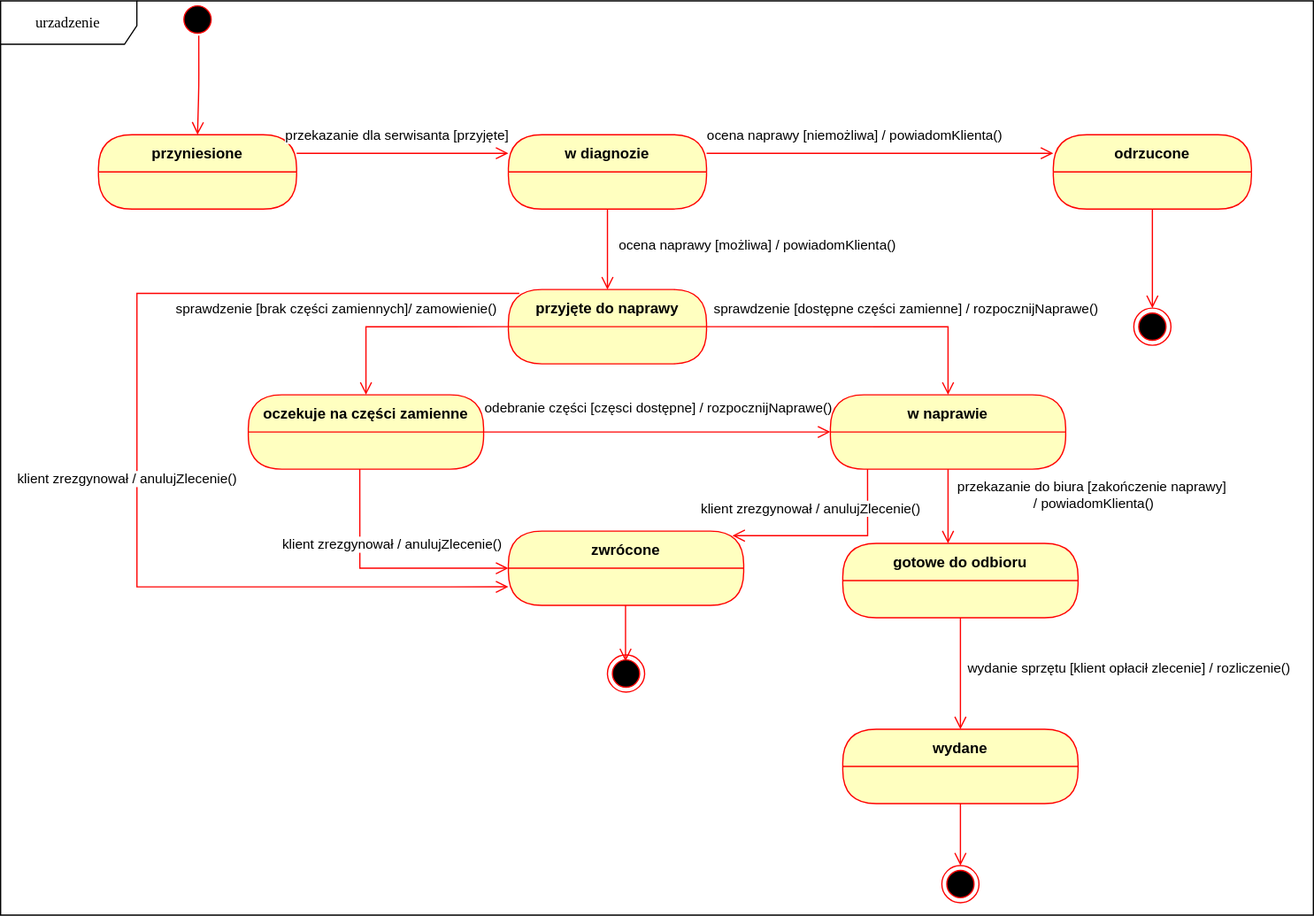
This is DiagramStanow2.drawio.svg from pborysq/ProjektIO, a draw.io export, as it was before one commit. Source tidied: cells renumbered, new cells last; positions are measured from the earlier drawing's top-left corner, leaving out a move shared by most shapes. Source of this version:
```xml
<mxGraphModel>
  <root>
    <mxCell id="0" />
    <mxCell id="1" parent="0" />
    <mxCell id="2" value="urzadzenie" style="shape=umlFrame;whiteSpace=wrap;html=1;rounded=1;shadow=0;comic=0;labelBackgroundColor=none;strokeWidth=1;fontFamily=Verdana;fontSize=12;align=center;width=110;height=35;" parent="1" vertex="1">
      <mxGeometry width="1060" height="738" as="geometry" />
    </mxCell>
    <mxCell id="3" style="ellipse;html=1;shape=startState;fillColor=#000000;strokeColor=#ff0000;rounded=1;shadow=0;comic=0;labelBackgroundColor=none;fontFamily=Verdana;fontSize=12;fontColor=#000000;align=center;direction=south;" parent="1" vertex="1">
      <mxGeometry x="144" width="30" height="30" as="geometry" />
    </mxCell>
    <mxCell id="4" style="edgeStyle=orthogonalEdgeStyle;html=1;labelBackgroundColor=none;endArrow=open;endSize=8;strokeColor=#ff0000;fontFamily=Verdana;fontSize=12;align=left;entryX=0.5;entryY=0;entryDx=0;entryDy=0;" parent="1" edge="1" target="5">
      <mxGeometry relative="1" as="geometry">
        <mxPoint x="160" y="28" as="sourcePoint" />
      </mxGeometry>
    </mxCell>
    <mxCell id="5" value="przyniesione" style="swimlane;fontStyle=1;align=center;verticalAlign=middle;horizontal=1;startSize=30;fontColor=#000000;rounded=1;arcSize=30;strokeColor=#ff0000;fillColor=#ffffc0;swimlaneFillColor=#ffffc0;" parent="1" vertex="1">
      <mxGeometry x="79" y="108" width="160" height="60" as="geometry" />
    </mxCell>
    <mxCell id="6" value="w diagnozie" style="swimlane;fontStyle=1;align=center;verticalAlign=middle;horizontal=1;startSize=30;fontColor=#000000;rounded=1;arcSize=30;strokeColor=#ff0000;fillColor=#ffffc0;swimlaneFillColor=#ffffc0;" parent="1" vertex="1">
      <mxGeometry x="410" y="108" width="160" height="60" as="geometry" />
    </mxCell>
    <mxCell id="7" style="edgeStyle=orthogonalEdgeStyle;html=1;verticalAlign=bottom;endArrow=open;endSize=8;strokeColor=#ff0000;rounded=0;entryX=0.5;entryY=0;entryDx=0;entryDy=0;" parent="1" edge="1" source="6" target="16">
      <mxGeometry relative="1" as="geometry" />
    </mxCell>
    <mxCell id="8" value="&lt;font style=&quot;font-size: 11px;&quot;&gt;ocena naprawy [możliwa] / powiadomKlienta()&lt;/font&gt;" style="edgeLabel;html=1;align=center;verticalAlign=middle;" parent="7" vertex="1">
      <mxGeometry x="-0.14" relative="1" as="geometry">
        <mxPoint x="120" as="offset" />
      </mxGeometry>
    </mxCell>
    <mxCell id="9" style="edgeStyle=orthogonalEdgeStyle;html=1;labelBackgroundColor=none;endArrow=open;endSize=8;strokeColor=#ff0000;fontFamily=Verdana;fontSize=12;align=left;entryX=0;entryY=0.25;entryDx=0;entryDy=0;exitX=1;exitY=0.25;exitDx=0;exitDy=0;" parent="1" edge="1" source="5" target="6">
      <mxGeometry relative="1" as="geometry" />
    </mxCell>
    <mxCell id="10" value="przekazanie dla serwisanta [przyjęte]" style="edgeLabel;html=1;align=center;verticalAlign=middle;" parent="9" vertex="1">
      <mxGeometry x="0.11" y="-1" relative="1" as="geometry">
        <mxPoint x="-14" y="-16" as="offset" />
      </mxGeometry>
    </mxCell>
    <mxCell id="11" style="edgeStyle=orthogonalEdgeStyle;html=1;labelBackgroundColor=none;endArrow=open;endSize=8;strokeColor=#ff0000;fontFamily=Verdana;fontSize=12;align=left;exitX=1;exitY=0.25;exitDx=0;exitDy=0;entryX=0;entryY=0.25;entryDx=0;entryDy=0;" parent="1" edge="1" source="6" target="12">
      <mxGeometry relative="1" as="geometry" />
    </mxCell>
    <mxCell id="12" value="odrzucone" style="swimlane;fontStyle=1;align=center;verticalAlign=middle;horizontal=1;startSize=30;fontColor=#000000;rounded=1;arcSize=30;strokeColor=#ff0000;fillColor=#ffffc0;swimlaneFillColor=#ffffc0;" parent="1" vertex="1">
      <mxGeometry x="850" y="108" width="160" height="60" as="geometry" />
    </mxCell>
    <mxCell id="13" style="edgeStyle=orthogonalEdgeStyle;html=1;verticalAlign=bottom;endArrow=open;endSize=8;strokeColor=#ff0000;rounded=0;entryX=0.5;entryY=0;entryDx=0;entryDy=0;" parent="1" edge="1" source="12" target="15">
      <mxGeometry relative="1" as="geometry" />
    </mxCell>
    <mxCell id="14" value="&lt;font style=&quot;font-size: 11px;&quot;&gt;ocena naprawy [niemożliwa] / powiadomKlienta()&lt;/font&gt;" style="text;html=1;whiteSpace=wrap;strokeColor=none;fillColor=none;align=center;verticalAlign=middle;rounded=0;" parent="1" vertex="1">
      <mxGeometry x="545" y="108" width="290" as="geometry" />
    </mxCell>
    <mxCell id="15" style="ellipse;html=1;shape=endState;fillColor=#000000;strokeColor=#ff0000;" parent="1" vertex="1">
      <mxGeometry x="915" y="248" width="30" height="30" as="geometry" />
    </mxCell>
    <mxCell id="16" value="przyjęte do naprawy" style="swimlane;fontStyle=1;align=center;verticalAlign=middle;horizontal=1;startSize=30;fontColor=#000000;rounded=1;arcSize=30;strokeColor=#ff0000;fillColor=#ffffc0;swimlaneFillColor=#ffffc0;" parent="1" vertex="1">
      <mxGeometry x="410" y="233" width="160" height="60" as="geometry" />
    </mxCell>
    <mxCell id="17" style="edgeStyle=orthogonalEdgeStyle;html=1;verticalAlign=bottom;endArrow=open;endSize=8;strokeColor=#ff0000;rounded=0;exitX=0;exitY=0.5;exitDx=0;exitDy=0;entryX=0.5;entryY=0;entryDx=0;entryDy=0;" parent="1" edge="1" source="16" target="19">
      <mxGeometry relative="1" as="geometry" />
    </mxCell>
    <mxCell id="18" value="sprawdzenie [brak części zamiennych]/ zamowienie()" style="edgeLabel;html=1;align=center;verticalAlign=middle;" parent="17" vertex="1">
      <mxGeometry x="-0.06" y="2" relative="1" as="geometry">
        <mxPoint x="-60" y="-17" as="offset" />
      </mxGeometry>
    </mxCell>
    <mxCell id="19" value="oczekuje na części zamienne" style="swimlane;fontStyle=1;align=center;verticalAlign=middle;horizontal=1;startSize=30;fontColor=#000000;rounded=1;arcSize=30;strokeColor=#ff0000;fillColor=#ffffc0;swimlaneFillColor=#ffffc0;" parent="1" vertex="1">
      <mxGeometry x="200" y="318" width="190" height="60" as="geometry" />
    </mxCell>
    <mxCell id="20" style="edgeStyle=orthogonalEdgeStyle;html=1;verticalAlign=bottom;endArrow=open;endSize=8;strokeColor=#ff0000;rounded=0;entryX=0;entryY=0.5;entryDx=0;entryDy=0;" parent="1" edge="1" source="19" target="22">
      <mxGeometry relative="1" as="geometry" />
    </mxCell>
    <mxCell id="21" value="odebranie części [częsci dostępne] / rozpocznijNaprawe()" style="edgeLabel;html=1;align=center;verticalAlign=middle;" parent="20" vertex="1">
      <mxGeometry x="0.01" y="-1" relative="1" as="geometry">
        <mxPoint x="-2" y="-21" as="offset" />
      </mxGeometry>
    </mxCell>
    <mxCell id="22" value="w naprawie" style="swimlane;fontStyle=1;align=center;verticalAlign=middle;horizontal=1;startSize=30;fontColor=#000000;rounded=1;arcSize=30;strokeColor=#ff0000;fillColor=#ffffc0;swimlaneFillColor=#ffffc0;" parent="1" vertex="1">
      <mxGeometry x="670" y="318" width="190" height="60" as="geometry" />
    </mxCell>
    <mxCell id="23" value="sprawdzenie [dostępne części zamienne] / rozpocznijNaprawe()" style="edgeLabel;html=1;align=center;verticalAlign=middle;" parent="1" vertex="1">
      <mxGeometry x="730" y="248" as="geometry" />
    </mxCell>
    <mxCell id="24" style="edgeStyle=orthogonalEdgeStyle;html=1;verticalAlign=bottom;endArrow=open;endSize=8;strokeColor=#ff0000;rounded=0;entryX=0.5;entryY=0;entryDx=0;entryDy=0;exitX=1;exitY=0.5;exitDx=0;exitDy=0;" parent="1" edge="1" source="16" target="22">
      <mxGeometry relative="1" as="geometry" />
    </mxCell>
    <mxCell id="25" style="edgeStyle=orthogonalEdgeStyle;html=1;verticalAlign=bottom;endArrow=open;endSize=8;strokeColor=#ff0000;rounded=0;exitX=0.5;exitY=1;exitDx=0;exitDy=0;" parent="1" edge="1" source="22">
      <mxGeometry relative="1" as="geometry">
        <mxPoint x="765" y="438" as="targetPoint" />
      </mxGeometry>
    </mxCell>
    <mxCell id="26" value="&lt;div&gt;przekazanie do biura [zakończenie naprawy]&lt;/div&gt;&lt;div&gt;&amp;nbsp;/ powiadomKlienta()&lt;/div&gt;" style="edgeLabel;html=1;align=center;verticalAlign=middle;" parent="25" vertex="1">
      <mxGeometry x="-0.26" y="-3" relative="1" as="geometry">
        <mxPoint x="118" y="-2" as="offset" />
      </mxGeometry>
    </mxCell>
    <mxCell id="27" value="gotowe do odbioru" style="swimlane;fontStyle=1;align=center;verticalAlign=middle;horizontal=1;startSize=30;fontColor=#000000;rounded=1;arcSize=30;strokeColor=#ff0000;fillColor=#ffffc0;swimlaneFillColor=#ffffc0;" parent="1" vertex="1">
      <mxGeometry x="680" y="438" width="190" height="60" as="geometry" />
    </mxCell>
    <mxCell id="28" value="wydane" style="swimlane;fontStyle=1;align=center;verticalAlign=middle;horizontal=1;startSize=30;fontColor=#000000;rounded=1;arcSize=30;strokeColor=#ff0000;fillColor=#ffffc0;swimlaneFillColor=#ffffc0;" parent="1" vertex="1">
      <mxGeometry x="680" y="588" width="190" height="60" as="geometry" />
    </mxCell>
    <mxCell id="29" style="ellipse;html=1;shape=endState;fillColor=#000000;strokeColor=#ff0000;" parent="1" vertex="1">
      <mxGeometry x="760" y="698" width="30" height="30" as="geometry" />
    </mxCell>
    <mxCell id="30" style="edgeStyle=orthogonalEdgeStyle;html=1;verticalAlign=bottom;endArrow=open;endSize=8;strokeColor=#ff0000;rounded=0;entryX=0.952;entryY=0.061;entryDx=0;entryDy=0;entryPerimeter=0;" parent="1" edge="1" target="37">
      <mxGeometry relative="1" as="geometry">
        <mxPoint x="700" y="378" as="sourcePoint" />
        <Array as="points">
          <mxPoint x="700" y="432" />
        </Array>
      </mxGeometry>
    </mxCell>
    <mxCell id="31" value="klient zrezgynował / anulujZlecenie()" style="edgeLabel;html=1;align=center;verticalAlign=middle;" parent="30" vertex="1">
      <mxGeometry x="0.13" y="-1" relative="1" as="geometry">
        <mxPoint x="-8" y="-21" as="offset" />
      </mxGeometry>
    </mxCell>
    <mxCell id="32" style="edgeStyle=orthogonalEdgeStyle;html=1;verticalAlign=bottom;endArrow=open;endSize=8;strokeColor=#ff0000;rounded=0;exitX=0.5;exitY=1;exitDx=0;exitDy=0;" parent="1" edge="1">
      <mxGeometry relative="1" as="geometry">
        <mxPoint x="504.6" y="488" as="sourcePoint" />
        <mxPoint x="504.6" y="533" as="targetPoint" />
        <Array as="points">
          <mxPoint x="504.6" y="533" />
        </Array>
      </mxGeometry>
    </mxCell>
    <mxCell id="33" style="ellipse;html=1;shape=endState;fillColor=#000000;strokeColor=#ff0000;" parent="1" vertex="1">
      <mxGeometry x="490" y="528" width="30" height="30" as="geometry" />
    </mxCell>
    <mxCell id="34" style="edgeStyle=orthogonalEdgeStyle;html=1;verticalAlign=bottom;endArrow=open;endSize=8;strokeColor=#ff0000;rounded=0;exitX=0.5;exitY=1;exitDx=0;exitDy=0;" parent="1" edge="1" source="27">
      <mxGeometry relative="1" as="geometry">
        <mxPoint x="775" y="588" as="targetPoint" />
      </mxGeometry>
    </mxCell>
    <mxCell id="35" value="wydanie sprzętu [klient opłacił zlecenie] / rozliczenie()" style="edgeLabel;html=1;align=center;verticalAlign=middle;" parent="34" vertex="1">
      <mxGeometry x="-0.09" y="1" relative="1" as="geometry">
        <mxPoint x="134" y="-1" as="offset" />
      </mxGeometry>
    </mxCell>
    <mxCell id="36" style="edgeStyle=orthogonalEdgeStyle;html=1;labelBackgroundColor=none;endArrow=open;endSize=8;strokeColor=#ff0000;fontFamily=Verdana;fontSize=12;align=left;exitX=0.5;exitY=1;exitDx=0;exitDy=0;" parent="1" edge="1" source="28">
      <mxGeometry relative="1" as="geometry">
        <mxPoint x="775" y="698" as="targetPoint" />
      </mxGeometry>
    </mxCell>
    <mxCell id="37" value="zwrócone" style="swimlane;fontStyle=1;align=center;verticalAlign=middle;horizontal=1;startSize=30;fontColor=#000000;rounded=1;arcSize=30;strokeColor=#ff0000;fillColor=#ffffc0;swimlaneFillColor=#ffffc0;" parent="1" vertex="1">
      <mxGeometry x="410" y="428" width="190" height="60" as="geometry" />
    </mxCell>
    <mxCell id="38" style="edgeStyle=orthogonalEdgeStyle;html=1;verticalAlign=bottom;endArrow=open;endSize=8;strokeColor=#ff0000;rounded=0;entryX=0;entryY=0.5;entryDx=0;entryDy=0;" parent="1" edge="1" target="37">
      <mxGeometry relative="1" as="geometry">
        <mxPoint x="290" y="378" as="sourcePoint" />
        <Array as="points">
          <mxPoint x="290" y="458" />
        </Array>
      </mxGeometry>
    </mxCell>
    <mxCell id="39" value="klient zrezgynował / anulujZlecenie()" style="edgeLabel;html=1;align=center;verticalAlign=middle;" parent="38" vertex="1">
      <mxGeometry x="0.13" y="-1" relative="1" as="geometry">
        <mxPoint x="-8" y="-21" as="offset" />
      </mxGeometry>
    </mxCell>
    <mxCell id="40" style="edgeStyle=orthogonalEdgeStyle;html=1;verticalAlign=bottom;endArrow=open;endSize=8;strokeColor=#ff0000;rounded=0;exitX=0.055;exitY=0.052;exitDx=0;exitDy=0;exitPerimeter=0;entryX=0;entryY=0.75;entryDx=0;entryDy=0;" parent="1" edge="1" source="16" target="37">
      <mxGeometry relative="1" as="geometry">
        <Array as="points">
          <mxPoint x="110" y="236" />
          <mxPoint x="110" y="473" />
        </Array>
      </mxGeometry>
    </mxCell>
    <mxCell id="41" value="klient zrezgynował / anulujZlecenie()" style="edgeLabel;html=1;align=center;verticalAlign=middle;" parent="40" vertex="1">
      <mxGeometry x="0.13" y="-1" relative="1" as="geometry">
        <mxPoint x="-8" y="-21" as="offset" />
      </mxGeometry>
    </mxCell>
  </root>
</mxGraphModel>
```
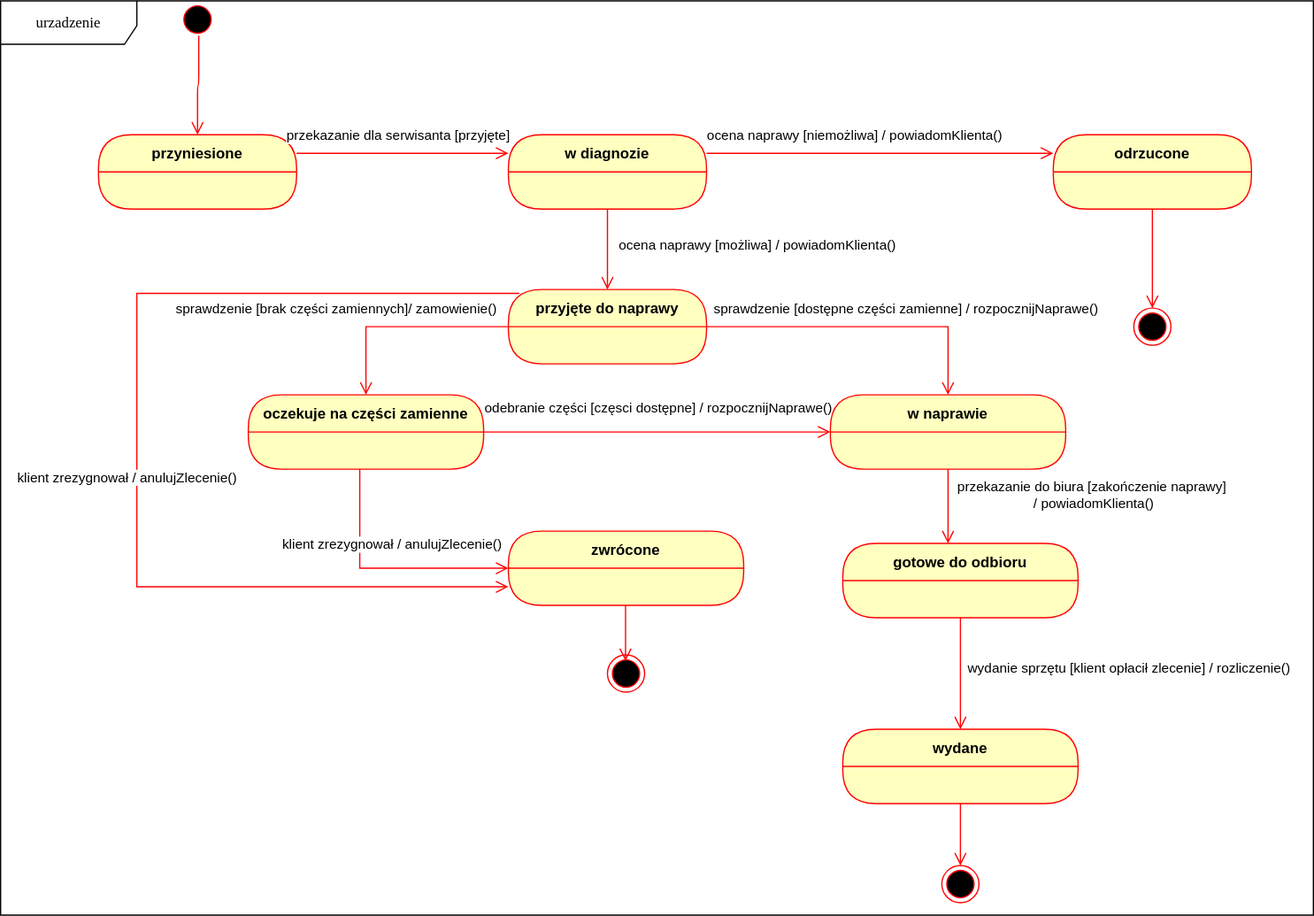
After the change.

Change to the diagram source:
```diff
@@ -100,19 +100,6 @@
     <mxCell id="29" style="ellipse;html=1;shape=endState;fillColor=#000000;strokeColor=#ff0000;" parent="1" vertex="1">
       <mxGeometry x="760" y="698" width="30" height="30" as="geometry" />
     </mxCell>
-    <mxCell id="30" style="edgeStyle=orthogonalEdgeStyle;html=1;verticalAlign=bottom;endArrow=open;endSize=8;strokeColor=#ff0000;rounded=0;entryX=0.952;entryY=0.061;entryDx=0;entryDy=0;entryPerimeter=0;" parent="1" edge="1" target="37">
-      <mxGeometry relative="1" as="geometry">
-        <mxPoint x="700" y="378" as="sourcePoint" />
-        <Array as="points">
-          <mxPoint x="700" y="432" />
-        </Array>
-      </mxGeometry>
-    </mxCell>
-    <mxCell id="31" value="klient zrezgynował / anulujZlecenie()" style="edgeLabel;html=1;align=center;verticalAlign=middle;" parent="30" vertex="1">
-      <mxGeometry x="0.13" y="-1" relative="1" as="geometry">
-        <mxPoint x="-8" y="-21" as="offset" />
-      </mxGeometry>
-    </mxCell>
     <mxCell id="32" style="edgeStyle=orthogonalEdgeStyle;html=1;verticalAlign=bottom;endArrow=open;endSize=8;strokeColor=#ff0000;rounded=0;exitX=0.5;exitY=1;exitDx=0;exitDy=0;" parent="1" edge="1">
       <mxGeometry relative="1" as="geometry">
         <mxPoint x="504.6" y="488" as="sourcePoint" />
@@ -151,7 +138,7 @@
         </Array>
       </mxGeometry>
     </mxCell>
-    <mxCell id="39" value="klient zrezgynował / anulujZlecenie()" style="edgeLabel;html=1;align=center;verticalAlign=middle;" parent="38" vertex="1">
+    <mxCell id="39" value="klient zrezygnował / anulujZlecenie()" style="edgeLabel;html=1;align=center;verticalAlign=middle;" parent="38" vertex="1">
       <mxGeometry x="0.13" y="-1" relative="1" as="geometry">
         <mxPoint x="-8" y="-21" as="offset" />
       </mxGeometry>
@@ -164,7 +151,7 @@
         </Array>
       </mxGeometry>
     </mxCell>
-    <mxCell id="41" value="klient zrezgynował / anulujZlecenie()" style="edgeLabel;html=1;align=center;verticalAlign=middle;" parent="40" vertex="1">
+    <mxCell id="41" value="klient zrezygnował / anulujZlecenie()" style="edgeLabel;html=1;align=center;verticalAlign=middle;" parent="40" vertex="1">
       <mxGeometry x="0.13" y="-1" relative="1" as="geometry">
         <mxPoint x="-8" y="-21" as="offset" />
       </mxGeometry>
```
